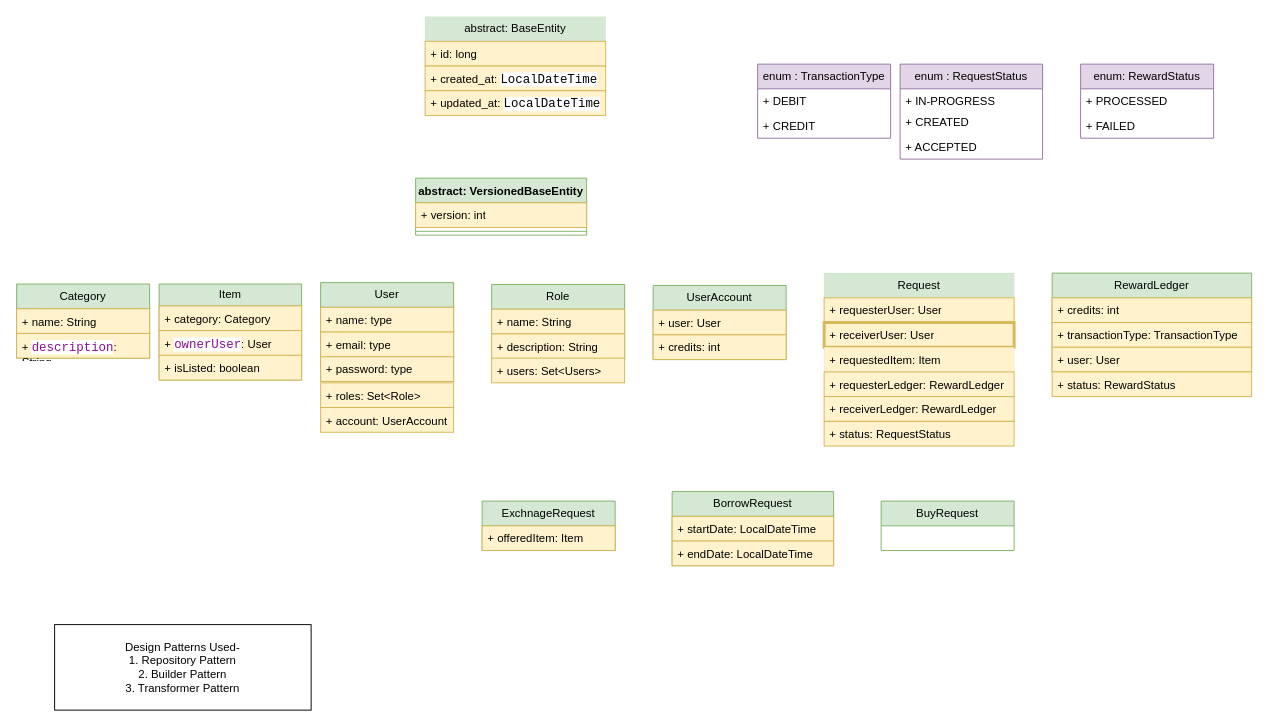
Earlier version of the draw.io diagram page "Class Diagram" (2 of 4) of ExchangePlatform.drawio (shweta-code/hld). Source tidied: cells renumbered, new cells numbered last; positions are measured from the earlier drawing's top-left corner, leaving out a move shared by most shapes. Both pictures are drawn from the tidied source at 95%, with x=0, y=0 at pixel (16, 16).
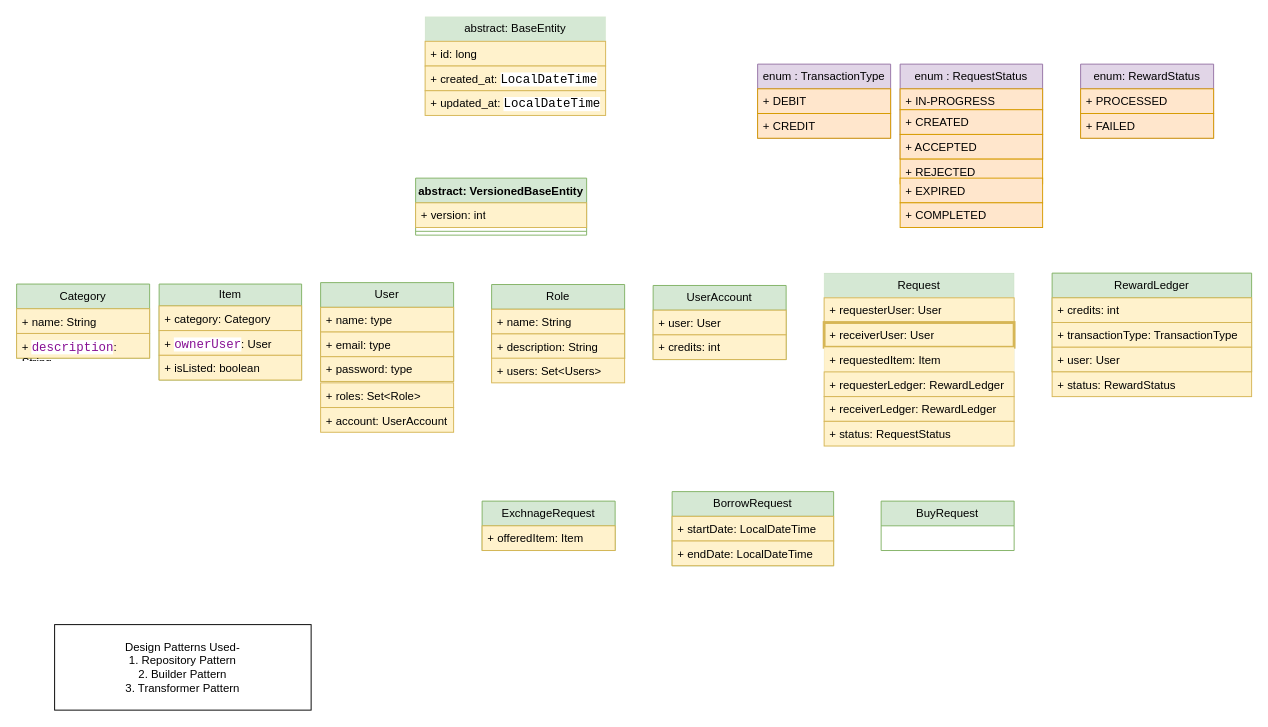
The same diagram, later.

The change refers to these unchanged cells:
```xml
<mxCell id="48" value="enum :&amp;nbsp;&lt;span style=&quot;text-align: left;&quot;&gt;TransactionType&lt;/span&gt;" style="swimlane;fontStyle=0;horizontal=1;startSize=26;fillColor=#e1d5e7;whiteSpace=wrap;html=1;strokeColor=#9673a6;" parent="1" vertex="1">
  <mxGeometry x="780" y="50" width="140" height="78" as="geometry" />
</mxCell>
<mxCell id="51" value="enum : RequestStatus" style="swimlane;fontStyle=0;horizontal=1;startSize=26;fillColor=#e1d5e7;whiteSpace=wrap;html=1;strokeColor=#9673a6;" parent="1" vertex="1">
  <mxGeometry x="930" y="50" width="150" height="100" as="geometry" />
</mxCell>
<mxCell id="55" value="enum: RewardStatus" style="swimlane;fontStyle=0;horizontal=1;startSize=26;fillColor=#e1d5e7;whiteSpace=wrap;html=1;strokeColor=#9673a6;" parent="1" vertex="1">
  <mxGeometry x="1120" y="50" width="140" height="78" as="geometry" />
</mxCell>
```

Change to the diagram source:
```diff
@@
-    <mxCell id="49" value="+ DEBIT" style="text;strokeColor=none;fillColor=none;align=left;verticalAlign=top;spacingLeft=4;spacingRight=4;overflow=hidden;whiteSpace=wrap;html=1;" parent="48" vertex="1">
+    <mxCell id="49" value="+ DEBIT" style="text;strokeColor=#d79b00;fillColor=#ffe6cc;align=left;verticalAlign=top;spacingLeft=4;spacingRight=4;overflow=hidden;whiteSpace=wrap;html=1;" parent="48" vertex="1">
       <mxGeometry y="26" width="140" height="26" as="geometry" />
     </mxCell>
-    <mxCell id="50" value="+ CREDIT" style="text;strokeColor=none;fillColor=none;align=left;verticalAlign=top;spacingLeft=4;spacingRight=4;overflow=hidden;whiteSpace=wrap;html=1;" parent="48" vertex="1">
+    <mxCell id="50" value="+ CREDIT" style="text;strokeColor=#d79b00;fillColor=#ffe6cc;align=left;verticalAlign=top;spacingLeft=4;spacingRight=4;overflow=hidden;whiteSpace=wrap;html=1;" parent="48" vertex="1">
       <mxGeometry y="52" width="140" height="26" as="geometry" />
     </mxCell>
@@
-    <mxCell id="52" value="+ IN-PROGRESS" style="text;strokeColor=none;fillColor=none;align=left;verticalAlign=top;spacingLeft=4;spacingRight=4;overflow=hidden;whiteSpace=wrap;html=1;" parent="51" vertex="1">
+    <mxCell id="52" value="+ IN-PROGRESS" style="text;strokeColor=#d79b00;fillColor=#ffe6cc;align=left;verticalAlign=top;spacingLeft=4;spacingRight=4;overflow=hidden;whiteSpace=wrap;html=1;" parent="51" vertex="1">
       <mxGeometry y="26" width="150" height="22" as="geometry" />
     </mxCell>
-    <mxCell id="53" value="+ CREATED" style="text;strokeColor=none;fillColor=none;align=left;verticalAlign=top;spacingLeft=4;spacingRight=4;overflow=hidden;whiteSpace=wrap;html=1;" parent="51" vertex="1">
+    <mxCell id="53" value="+ CREATED" style="text;strokeColor=#d79b00;fillColor=#ffe6cc;align=left;verticalAlign=top;spacingLeft=4;spacingRight=4;overflow=hidden;whiteSpace=wrap;html=1;" parent="51" vertex="1">
       <mxGeometry y="48" width="150" height="26" as="geometry" />
     </mxCell>
-    <mxCell id="54" value="+ ACCEPTED" style="text;strokeColor=none;fillColor=none;align=left;verticalAlign=top;spacingLeft=4;spacingRight=4;overflow=hidden;whiteSpace=wrap;html=1;" parent="51" vertex="1">
+    <mxCell id="54" value="+ ACCEPTED" style="text;strokeColor=#d79b00;fillColor=#ffe6cc;align=left;verticalAlign=top;spacingLeft=4;spacingRight=4;overflow=hidden;whiteSpace=wrap;html=1;" parent="51" vertex="1">
       <mxGeometry y="74" width="150" height="26" as="geometry" />
     </mxCell>
@@
-    <mxCell id="56" value="+ PROCESSED" style="text;strokeColor=none;fillColor=none;align=left;verticalAlign=top;spacingLeft=4;spacingRight=4;overflow=hidden;whiteSpace=wrap;html=1;" parent="55" vertex="1">
+    <mxCell id="56" value="+ PROCESSED" style="text;strokeColor=#d79b00;fillColor=#ffe6cc;align=left;verticalAlign=top;spacingLeft=4;spacingRight=4;overflow=hidden;whiteSpace=wrap;html=1;" parent="55" vertex="1">
       <mxGeometry y="26" width="140" height="26" as="geometry" />
     </mxCell>
-    <mxCell id="57" value="+ FAILED" style="text;strokeColor=none;fillColor=none;align=left;verticalAlign=top;spacingLeft=4;spacingRight=4;overflow=hidden;whiteSpace=wrap;html=1;" parent="55" vertex="1">
+    <mxCell id="57" value="+ FAILED" style="text;strokeColor=#d79b00;fillColor=#ffe6cc;align=left;verticalAlign=top;spacingLeft=4;spacingRight=4;overflow=hidden;whiteSpace=wrap;html=1;" parent="55" vertex="1">
       <mxGeometry y="52" width="140" height="26" as="geometry" />
     </mxCell>
+    <mxCell id="58" value="+ REJECTED" style="text;strokeColor=#d79b00;fillColor=#ffe6cc;align=left;verticalAlign=top;spacingLeft=4;spacingRight=4;overflow=hidden;whiteSpace=wrap;html=1;" parent="1" vertex="1">
+      <mxGeometry x="930" y="150" width="150" height="26" as="geometry" />
+    </mxCell>
+    <mxCell id="59" value="+ EXPIRED" style="text;strokeColor=#d79b00;fillColor=#ffe6cc;align=left;verticalAlign=top;spacingLeft=4;spacingRight=4;overflow=hidden;whiteSpace=wrap;html=1;" parent="1" vertex="1">
+      <mxGeometry x="930" y="170" width="150" height="26" as="geometry" />
+    </mxCell>
+    <mxCell id="60" value="+ COMPLETED" style="text;strokeColor=#d79b00;fillColor=#ffe6cc;align=left;verticalAlign=top;spacingLeft=4;spacingRight=4;overflow=hidden;whiteSpace=wrap;html=1;" parent="1" vertex="1">
+      <mxGeometry x="930" y="196" width="150" height="26" as="geometry" />
+    </mxCell>
```
